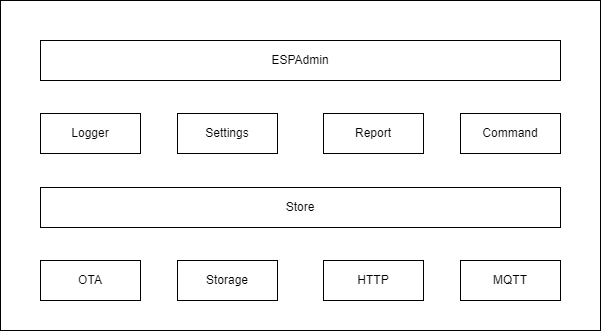
Earlier version of the draw.io export design/sdk-architecture.png (esp-admin/sdk). Source tidied: cells renumbered, new cells last; positions are measured from the earlier drawing's top-left corner, leaving out a move shared by most shapes. Its diagram source:
```xml
<mxGraphModel>
  <root>
    <mxCell id="0" />
    <mxCell id="1" parent="0" />
    <mxCell id="2" style="rounded=0;whiteSpace=wrap;html=1;" parent="1" vertex="1">
      <mxGeometry width="600" height="330" as="geometry" />
    </mxCell>
    <mxCell id="3" value="MQTT" style="rounded=0;whiteSpace=wrap;html=1;" parent="1" vertex="1">
      <mxGeometry x="460" y="260" width="100" height="40" as="geometry" />
    </mxCell>
    <mxCell id="4" value="HTTP" style="rounded=0;whiteSpace=wrap;html=1;" parent="1" vertex="1">
      <mxGeometry x="323" y="260" width="100" height="40" as="geometry" />
    </mxCell>
    <mxCell id="5" value="Storage" style="rounded=0;whiteSpace=wrap;html=1;" parent="1" vertex="1">
      <mxGeometry x="177" y="260" width="100" height="40" as="geometry" />
    </mxCell>
    <mxCell id="6" value="OTA" style="rounded=0;whiteSpace=wrap;html=1;" parent="1" vertex="1">
      <mxGeometry x="40" y="260" width="100" height="40" as="geometry" />
    </mxCell>
    <mxCell id="7" value="Report" style="rounded=0;whiteSpace=wrap;html=1;" parent="1" vertex="1">
      <mxGeometry x="323" y="113" width="100" height="40" as="geometry" />
    </mxCell>
    <mxCell id="8" value="Command" style="rounded=0;whiteSpace=wrap;html=1;" parent="1" vertex="1">
      <mxGeometry x="460" y="113" width="100" height="40" as="geometry" />
    </mxCell>
    <mxCell id="9" value="Logger" style="rounded=0;whiteSpace=wrap;html=1;" parent="1" vertex="1">
      <mxGeometry x="40" y="113" width="100" height="40" as="geometry" />
    </mxCell>
    <mxCell id="10" value="Settings" style="rounded=0;whiteSpace=wrap;html=1;" parent="1" vertex="1">
      <mxGeometry x="177" y="113" width="100" height="40" as="geometry" />
    </mxCell>
    <mxCell id="11" value="ESPAdmin" style="rounded=0;whiteSpace=wrap;html=1;" parent="1" vertex="1">
      <mxGeometry x="40" y="40" width="520" height="40" as="geometry" />
    </mxCell>
    <mxCell id="12" value="Store" style="rounded=0;whiteSpace=wrap;html=1;" parent="1" vertex="1">
      <mxGeometry x="40" y="187" width="520" height="40" as="geometry" />
    </mxCell>
  </root>
</mxGraphModel>
```
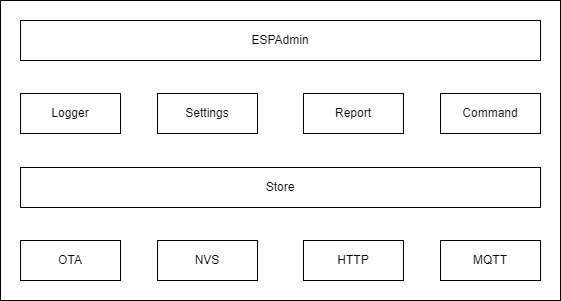
Above is the later version.

Commit message:
docs: Update architecture img

What changed in the source:
```diff
@@ -3,7 +3,7 @@
     <mxCell id="0" />
     <mxCell id="1" parent="0" />
     <mxCell id="2" style="rounded=0;whiteSpace=wrap;html=1;" parent="1" vertex="1">
-      <mxGeometry width="600" height="330" as="geometry" />
+      <mxGeometry x="20" y="20" width="560" height="300" as="geometry" />
     </mxCell>
     <mxCell id="3" value="MQTT" style="rounded=0;whiteSpace=wrap;html=1;" parent="1" vertex="1">
       <mxGeometry x="460" y="260" width="100" height="40" as="geometry" />
@@ -11,7 +11,7 @@
     <mxCell id="4" value="HTTP" style="rounded=0;whiteSpace=wrap;html=1;" parent="1" vertex="1">
       <mxGeometry x="323" y="260" width="100" height="40" as="geometry" />
     </mxCell>
-    <mxCell id="5" value="Storage" style="rounded=0;whiteSpace=wrap;html=1;" parent="1" vertex="1">
+    <mxCell id="5" value="NVS" style="rounded=0;whiteSpace=wrap;html=1;" parent="1" vertex="1">
       <mxGeometry x="177" y="260" width="100" height="40" as="geometry" />
     </mxCell>
     <mxCell id="6" value="OTA" style="rounded=0;whiteSpace=wrap;html=1;" parent="1" vertex="1">
```
